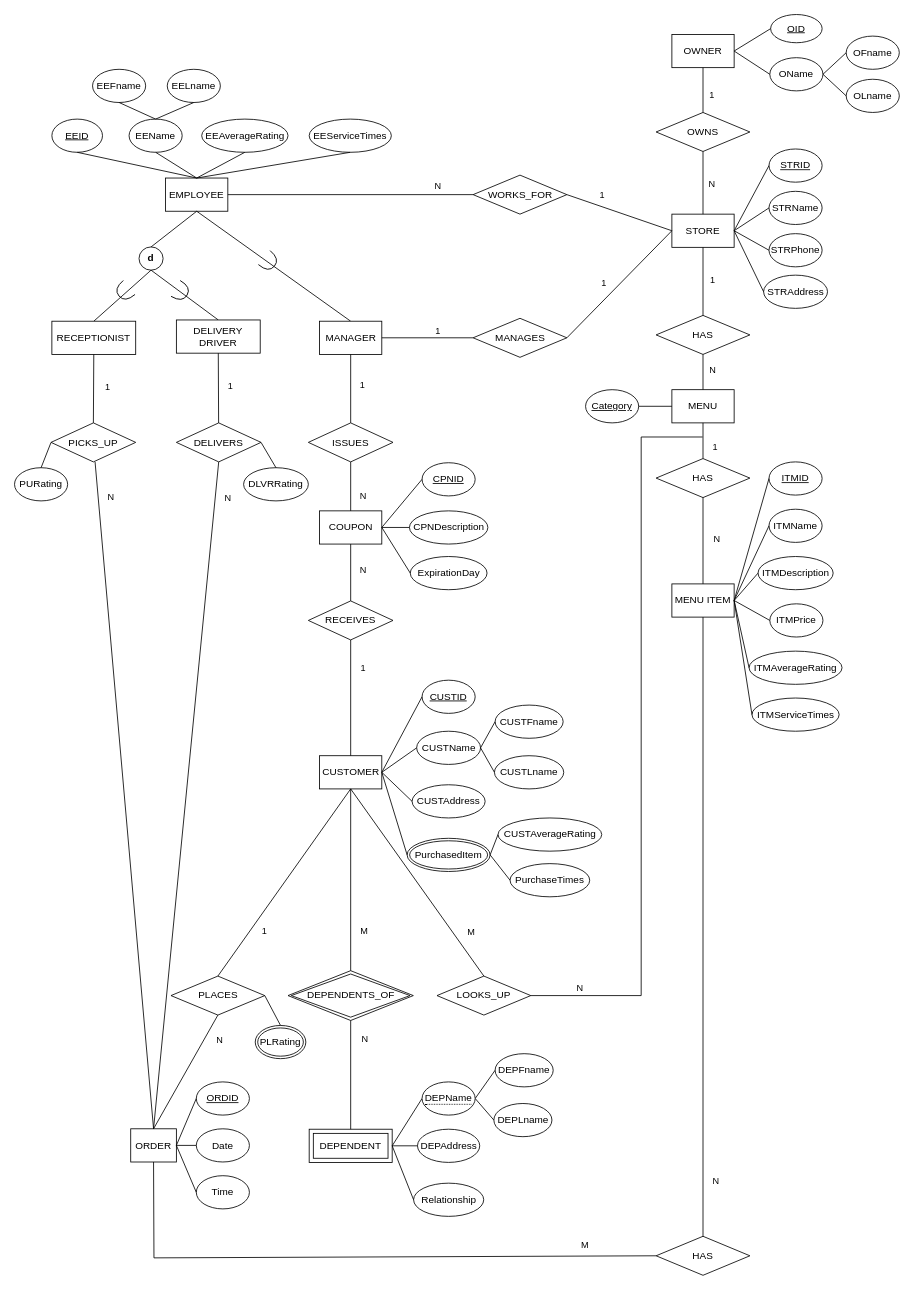
hqiao8/Restaurant-Management-System keeps this draw.io diagram as Enhanced Entity Relationship Diagram.drawio. Above is the earlier version. Source tidied: cells renumbered, new cells numbered last; positions are measured from the earlier drawing's top-left corner, leaving out a move shared by most shapes. Both pictures are drawn from the tidied source at 83%, with x=0, y=0 at pixel (14, 14).
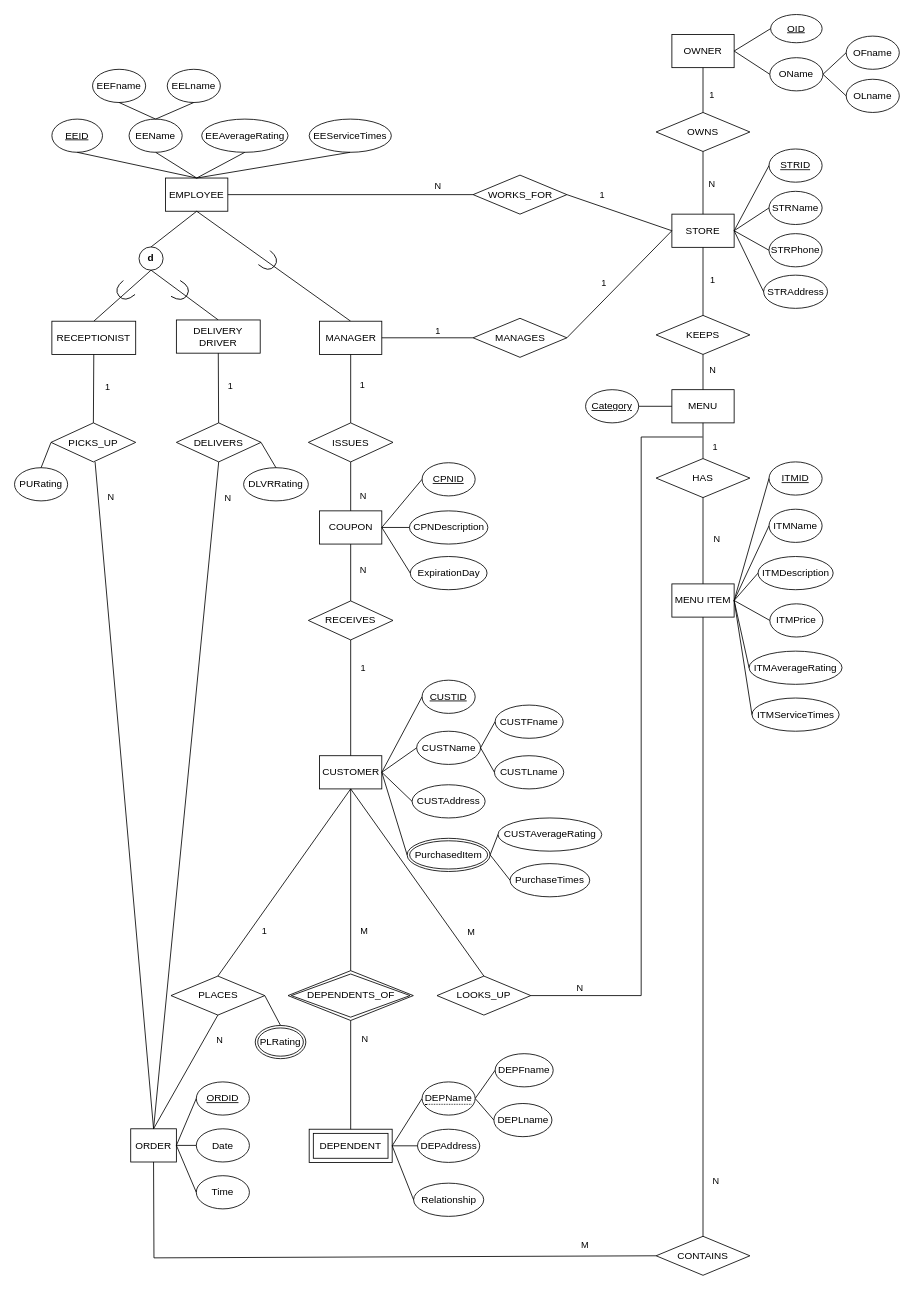
Above is the later version.

What changed in the source:
```diff
@@
-    <mxCell id="47" value="HAS" style="shape=rhombus;perimeter=rhombusPerimeter;whiteSpace=wrap;html=1;align=center;fillColor=default;gradientColor=none;" parent="1" vertex="1">
+    <mxCell id="47" value="KEEPS" style="shape=rhombus;perimeter=rhombusPerimeter;whiteSpace=wrap;html=1;align=center;fillColor=default;gradientColor=none;" parent="1" vertex="1">
       <mxGeometry x="773" y="362.5" width="113" height="47" as="geometry" />
     </mxCell>
@@
-    <mxCell id="63" value="HAS" style="shape=rhombus;perimeter=rhombusPerimeter;whiteSpace=wrap;html=1;align=center;fillColor=default;gradientColor=none;" parent="1" vertex="1">
+    <mxCell id="63" value="CONTAINS" style="shape=rhombus;perimeter=rhombusPerimeter;whiteSpace=wrap;html=1;align=center;fillColor=default;gradientColor=none;" parent="1" vertex="1">
       <mxGeometry x="773" y="1472" width="113" height="47" as="geometry" />
     </mxCell>
```
